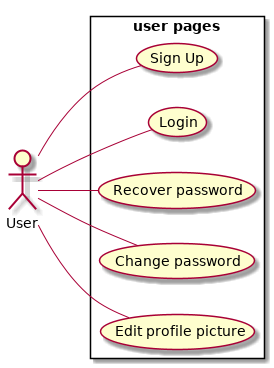
Above: RASD/images/useCases/uc_user_page.png in GiorgioUghini/SafeStreets (PlantUML), before the change.
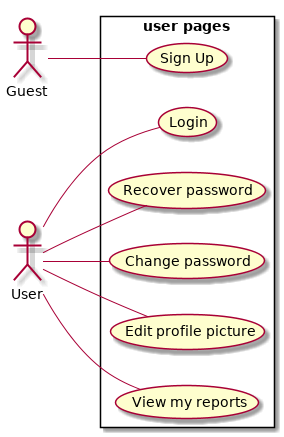
After the commit.

The edit, as a diff of the source:
```diff
@@ -2,12 +2,14 @@
     left to right direction
     skinparam packageStyle rectangle
 
+    actor Guest as G
     actor User as U
     rectangle "user pages" {
-        U -- (Sign Up)
+        G -- (Sign Up)
         U -- (Login)
         U -- (Recover password)
         U -- (Change password)
         U -- (Edit profile picture)
+        U -- (View my reports)
     }
 @enduml
```
